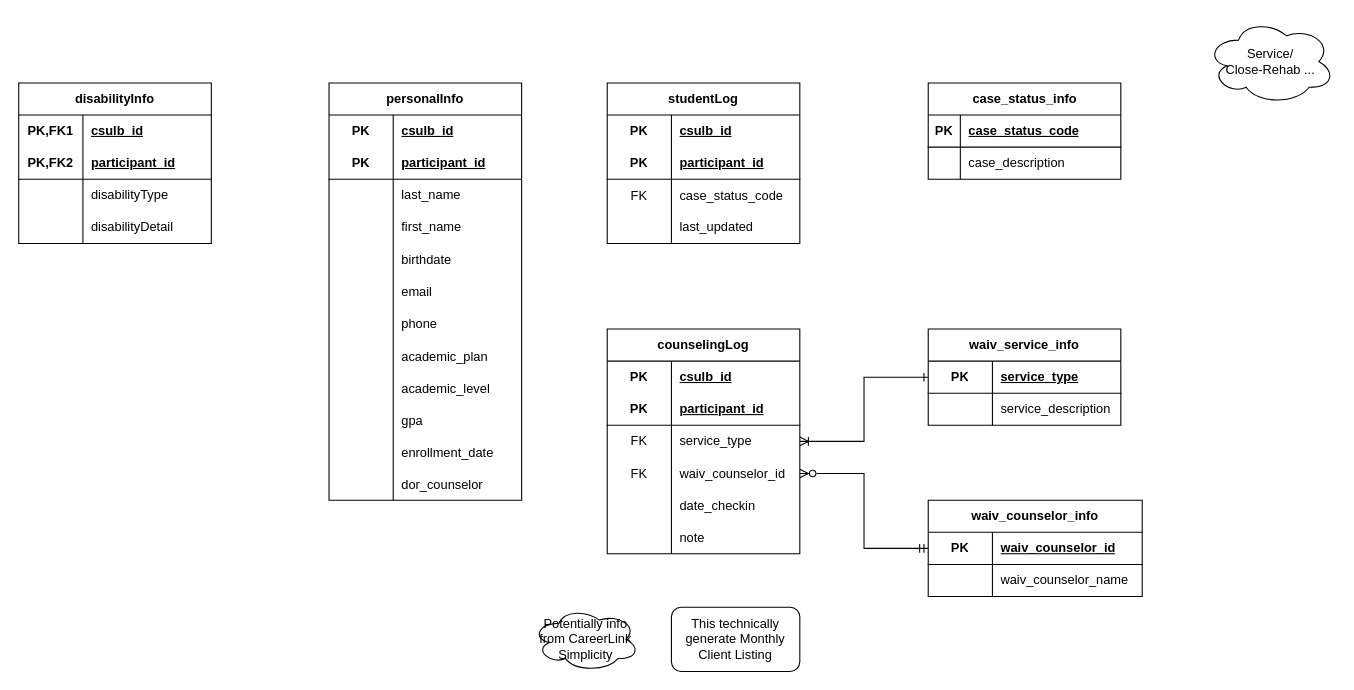
Before: waivSchema.drawio in markqle/waiv, a draw.io diagram. Source tidied: cells renumbered, new cells numbered last; positions are measured from the earlier drawing's top-left corner, leaving out a move shared by most shapes. Both pictures are drawn from the tidied source at 107%, with x=0, y=0 at pixel (18, 18).
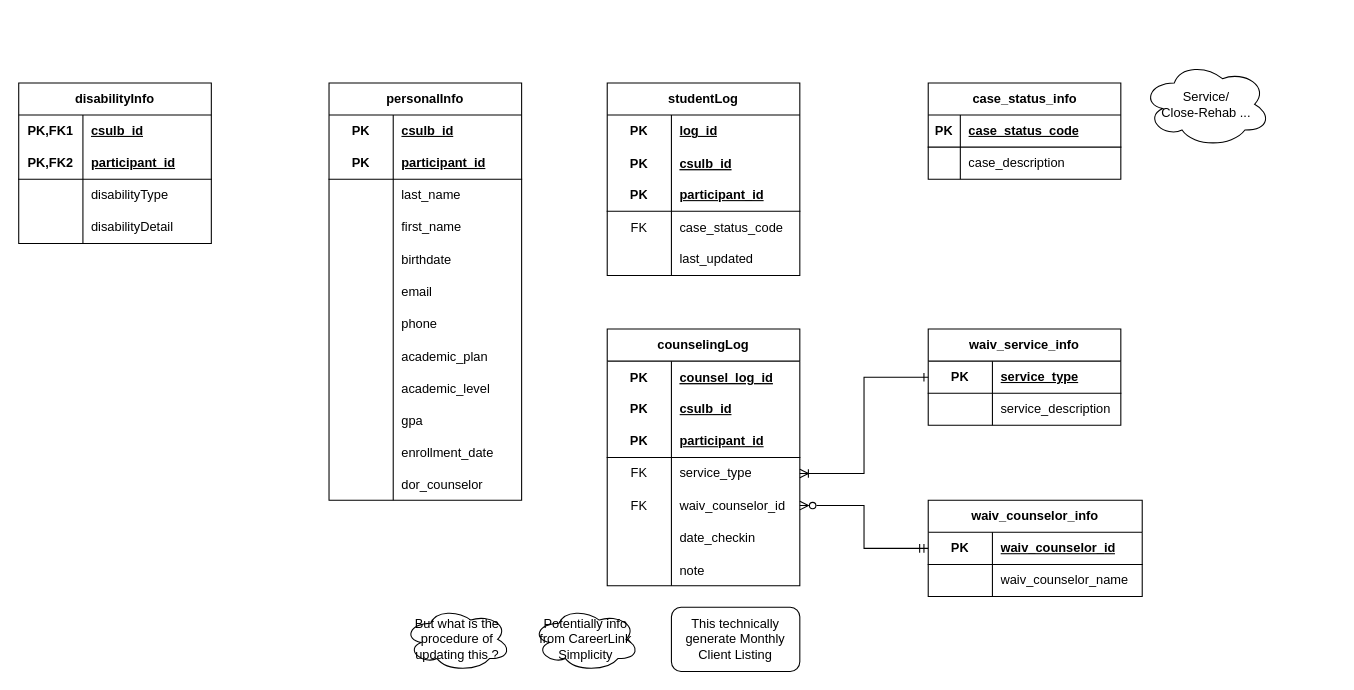
After the change.

The change refers to these unchanged cells:
```xml
<mxCell id="60" style="shape=tableRow;horizontal=0;startSize=0;swimlaneHead=0;swimlaneBody=0;fillColor=none;top=0;left=0;right=0;bottom=0;html=1;" parent="59" vertex="1">
  <mxGeometry y="30" width="180" height="30" as="geometry" />
</mxCell>
```

The edit, as a diff of the source:
```diff
@@
     <mxCell id="59" value="studentLog" style="shape=table;startSize=30;childLayout=tableLayout;rowLines=0;fontStyle=1;align=center;html=1;whiteSpace=wrap;" parent="1" vertex="1">
-      <mxGeometry x="550" y="60" width="180" height="150" as="geometry" />
+      <mxGeometry x="550" y="60" width="180" height="180" as="geometry" />
     </mxCell>
@@
-    <mxCell id="62" value="csulb_id" style="shape=partialRectangle;fillColor=none;top=0;left=0;bottom=0;right=0;align=left;spacingLeft=6;fontStyle=5;overflow=hidden;html=1;whiteSpace=wrap;" parent="60" vertex="1">
+    <mxCell id="62" value="log_id" style="shape=partialRectangle;fillColor=none;top=0;left=0;bottom=0;right=0;align=left;spacingLeft=6;fontStyle=5;overflow=hidden;html=1;whiteSpace=wrap;" parent="60" vertex="1">
       <mxGeometry x="60" width="120" height="30" as="geometry" />
     </mxCell>
+    <mxCell id="110" style="shape=tableRow;horizontal=0;startSize=0;swimlaneHead=0;swimlaneBody=0;fillColor=none;top=0;left=0;right=0;bottom=0;" parent="59" vertex="1">
+      <mxGeometry y="60" width="180" height="30" as="geometry" />
+    </mxCell>
+    <mxCell id="111" value="PK" style="shape=partialRectangle;fillColor=none;top=0;left=0;bottom=0;right=0;overflow=hidden;fontStyle=1;" parent="110" vertex="1">
+      <mxGeometry width="60" height="30" as="geometry" />
+    </mxCell>
+    <mxCell id="112" value="csulb_id" style="shape=partialRectangle;fillColor=none;top=0;left=0;bottom=0;right=0;align=left;spacingLeft=6;overflow=hidden;fontStyle=5;" parent="110" vertex="1">
+      <mxGeometry x="60" width="120" height="30" as="geometry" />
+    </mxCell>
     <mxCell id="63" style="shape=tableRow;horizontal=0;startSize=0;swimlaneHead=0;swimlaneBody=0;fillColor=none;top=0;left=0;right=0;bottom=1;html=1;" parent="59" vertex="1">
-      <mxGeometry y="60" width="180" height="30" as="geometry" />
+      <mxGeometry y="90" width="180" height="30" as="geometry" />
     </mxCell>
@@
     <mxCell id="66" style="shape=tableRow;horizontal=0;startSize=0;swimlaneHead=0;swimlaneBody=0;fillColor=none;top=0;left=0;right=0;bottom=0;" parent="59" vertex="1">
-      <mxGeometry y="90" width="180" height="30" as="geometry" />
+      <mxGeometry y="120" width="180" height="30" as="geometry" />
     </mxCell>
@@
     <mxCell id="69" style="shape=tableRow;horizontal=0;startSize=0;swimlaneHead=0;swimlaneBody=0;fillColor=none;top=0;left=0;right=0;bottom=0;html=1;" parent="59" vertex="1">
-      <mxGeometry y="120" width="180" height="30" as="geometry" />
+      <mxGeometry y="150" width="180" height="30" as="geometry" />
     </mxCell>
@@
     <mxCell id="72" value="counselingLog" style="shape=table;startSize=30;childLayout=tableLayout;rowLines=0;fontStyle=1;align=center;html=1;whiteSpace=wrap;" parent="1" vertex="1">
-      <mxGeometry x="550" y="290" width="180" height="210" as="geometry" />
+      <mxGeometry x="550" y="290" width="180" height="240" as="geometry" />
     </mxCell>
+    <mxCell id="113" style="shape=tableRow;horizontal=0;startSize=0;swimlaneHead=0;swimlaneBody=0;fillColor=none;top=0;left=0;right=0;bottom=0;" parent="72" vertex="1">
+      <mxGeometry y="30" width="180" height="30" as="geometry" />
+    </mxCell>
+    <mxCell id="114" value="PK" style="shape=partialRectangle;fillColor=none;top=0;left=0;bottom=0;right=0;overflow=hidden;fontStyle=1;" parent="113" vertex="1">
+      <mxGeometry width="60" height="30" as="geometry" />
+    </mxCell>
+    <mxCell id="115" value="counsel_log_id" style="shape=partialRectangle;fillColor=none;top=0;left=0;bottom=0;right=0;align=left;spacingLeft=6;overflow=hidden;fontStyle=5;" parent="113" vertex="1">
+      <mxGeometry x="60" width="120" height="30" as="geometry" />
+    </mxCell>
     <mxCell id="73" style="shape=tableRow;horizontal=0;startSize=0;swimlaneHead=0;swimlaneBody=0;fillColor=none;top=0;left=0;right=0;bottom=0;html=1;" parent="72" vertex="1">
-      <mxGeometry y="30" width="180" height="30" as="geometry" />
+      <mxGeometry y="60" width="180" height="30" as="geometry" />
     </mxCell>
@@
     <mxCell id="76" style="shape=tableRow;horizontal=0;startSize=0;swimlaneHead=0;swimlaneBody=0;fillColor=none;top=0;left=0;right=0;bottom=1;html=1;" parent="72" vertex="1">
-      <mxGeometry y="60" width="180" height="30" as="geometry" />
+      <mxGeometry y="90" width="180" height="30" as="geometry" />
     </mxCell>
@@
     <mxCell id="79" style="shape=tableRow;horizontal=0;startSize=0;swimlaneHead=0;swimlaneBody=0;fillColor=none;points=[[0,0.5],[1,0.5]];portConstraint=eastwest;top=0;left=0;right=0;bottom=0;html=1;" parent="72" vertex="1">
-      <mxGeometry y="90" width="180" height="30" as="geometry" />
+      <mxGeometry y="120" width="180" height="30" as="geometry" />
     </mxCell>
@@
     <mxCell id="82" style="shape=tableRow;horizontal=0;startSize=0;swimlaneHead=0;swimlaneBody=0;fillColor=none;points=[[0,0.5],[1,0.5]];portConstraint=eastwest;top=0;left=0;right=0;bottom=0;" parent="72" vertex="1">
-      <mxGeometry y="120" width="180" height="30" as="geometry" />
+      <mxGeometry y="150" width="180" height="30" as="geometry" />
     </mxCell>
@@
     <mxCell id="85" style="shape=tableRow;horizontal=0;startSize=0;swimlaneHead=0;swimlaneBody=0;fillColor=none;top=0;left=0;right=0;bottom=0;" parent="72" vertex="1">
-      <mxGeometry y="150" width="180" height="30" as="geometry" />
+      <mxGeometry y="180" width="180" height="30" as="geometry" />
     </mxCell>
@@
     <mxCell id="88" style="shape=tableRow;horizontal=0;startSize=0;swimlaneHead=0;swimlaneBody=0;fillColor=none;top=0;left=0;right=0;bottom=0;" parent="72" vertex="1">
-      <mxGeometry y="180" width="180" height="30" as="geometry" />
+      <mxGeometry y="210" width="180" height="30" as="geometry" />
     </mxCell>
@@
     <mxCell id="99" value="Service/&lt;div&gt;Close-Rehab ...&lt;/div&gt;" style="ellipse;shape=cloud;whiteSpace=wrap;html=1;" parent="1" vertex="1">
-      <mxGeometry x="1110" width="120" height="80" as="geometry" />
+      <mxGeometry x="1050" y="40" width="120" height="80" as="geometry" />
     </mxCell>
@@
+    <mxCell id="116" value="But what is the procedure of updating this ?" style="ellipse;shape=cloud;whiteSpace=wrap;html=1;align=center;" parent="1" vertex="1">
+      <mxGeometry x="360" y="550" width="100" height="60" as="geometry" />
+    </mxCell>
```
